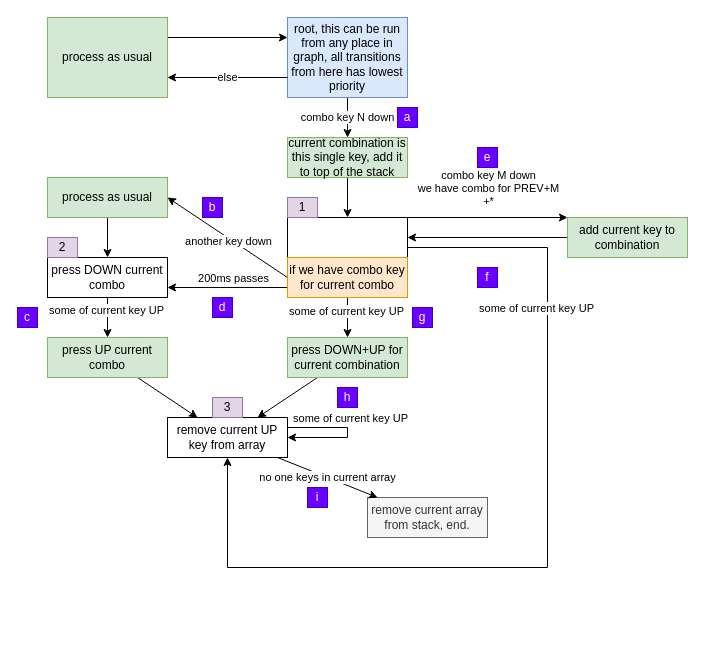
Before: Untitled Diagram.drawio in optozorax/moonlander, a draw.io diagram. Source tidied: cells renumbered, new cells numbered last; positions are measured from the earlier drawing's top-left corner, leaving out a move shared by most shapes. Both pictures are drawn from the tidied source at 100%, with x=0, y=0 at pixel (17, 17).
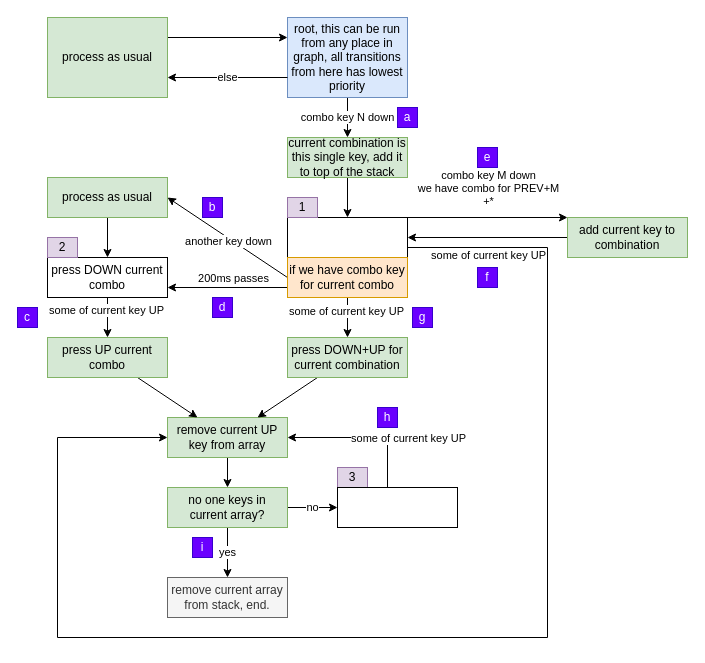
The same page after the edit.

Commit message:
update diagram to current program

The change refers to these unchanged cells:
```xml
<mxCell id="7" style="rounded=0;whiteSpace=wrap;html=1;" parent="1" vertex="1">
  <mxGeometry x="270" y="200" width="120" height="40" as="geometry" />
</mxCell>
```

Change to the diagram source:
```diff
@@
     <mxCell id="4" value="remove current array from stack, end." style="rounded=0;whiteSpace=wrap;html=1;fillColor=#f5f5f5;strokeColor=#666666;fontColor=#333333;" parent="1" vertex="1">
-      <mxGeometry x="350" y="480" width="120" height="40" as="geometry" />
+      <mxGeometry x="150" y="560" width="120" height="40" as="geometry" />
     </mxCell>
     <mxCell id="5" style="edgeStyle=orthogonalEdgeStyle;rounded=0;jettySize=auto;html=1;" parent="1" edge="1" source="7" target="10">
       <mxGeometry relative="1" as="geometry">
         <Array as="points">
           <mxPoint x="530" y="230" />
-          <mxPoint x="530" y="550" />
-          <mxPoint x="210" y="550" />
+          <mxPoint x="530" y="620" />
+          <mxPoint x="40" y="620" />
+          <mxPoint x="40" y="420" />
         </Array>
       </mxGeometry>
     </mxCell>
     <mxCell id="6" value="some of current key UP" style="edgeLabel;html=1;align=center;verticalAlign=middle;" parent="5" vertex="1">
       <mxGeometry x="-0.69" y="-50" relative="1" as="geometry">
-        <mxPoint x="-10" y="10" as="offset" />
+        <mxPoint x="-10" y="-59" as="offset" />
       </mxGeometry>
     </mxCell>
@@
-    <mxCell id="8" style="edgeStyle=orthogonalEdgeStyle;rounded=0;orthogonalLoop=1;jettySize=auto;html=1;entryX=1;entryY=0.5;entryDx=0;entryDy=0;exitX=1;exitY=0.25;exitDx=0;exitDy=0;" parent="1" edge="1" source="10" target="10">
+    <mxCell id="8" style="edgeStyle=orthogonalEdgeStyle;rounded=0;jettySize=auto;html=1;entryX=1;entryY=0.5;entryDx=0;entryDy=0;" parent="1" edge="1" source="50" target="10">
       <mxGeometry relative="1" as="geometry">
         <Array as="points">
-          <mxPoint x="330" y="410" />
-          <mxPoint x="330" y="420" />
+          <mxPoint x="370" y="420" />
         </Array>
       </mxGeometry>
     </mxCell>
     <mxCell id="9" value="some of current key UP" style="edgeLabel;html=1;align=center;verticalAlign=middle;" parent="8" vertex="1">
       <mxGeometry x="-0.47" y="-3" relative="1" as="geometry">
-        <mxPoint x="28" y="-13" as="offset" />
+        <mxPoint x="17" y="-10" as="offset" />
       </mxGeometry>
     </mxCell>
+    <mxCell id="49" style="edgeStyle=none;rounded=0;jettySize=auto;html=1;" parent="1" edge="1" source="10" target="53">
+      <mxGeometry relative="1" as="geometry" />
+    </mxCell>
-    <mxCell id="10" value="remove current UP key from array" style="rounded=0;whiteSpace=wrap;html=1;" parent="1" vertex="1">
+    <mxCell id="10" value="remove current UP key from array" style="rounded=0;whiteSpace=wrap;html=1;fillColor=#d5e8d4;strokeColor=#82b366;" parent="1" vertex="1">
       <mxGeometry x="150" y="400" width="120" height="40" as="geometry" />
     </mxCell>
-    <mxCell id="11" value="no one keys in current array" style="edgeStyle=none;rounded=0;jettySize=auto;html=1;" parent="1" edge="1" source="10" target="4">
-      <mxGeometry relative="1" as="geometry" />
-    </mxCell>
@@
     <mxCell id="38" value="3" style="rounded=0;whiteSpace=wrap;html=1;fillColor=#e1d5e7;strokeColor=#9673a6;" parent="1" vertex="1">
-      <mxGeometry x="195" y="380" width="30" height="20" as="geometry" />
+      <mxGeometry x="320" y="450" width="30" height="20" as="geometry" />
     </mxCell>
@@
     <mxCell id="47" value="h" style="rounded=0;whiteSpace=wrap;html=1;fillColor=#6a00ff;strokeColor=#3700CC;fontColor=#ffffff;" parent="1" vertex="1">
-      <mxGeometry x="320" y="370" width="20" height="20" as="geometry" />
+      <mxGeometry x="360" y="390" width="20" height="20" as="geometry" />
     </mxCell>
     <mxCell id="48" value="i" style="rounded=0;whiteSpace=wrap;html=1;fillColor=#6a00ff;strokeColor=#3700CC;fontColor=#ffffff;" parent="1" vertex="1">
-      <mxGeometry x="290" y="470" width="20" height="20" as="geometry" />
+      <mxGeometry x="175" y="520" width="20" height="20" as="geometry" />
     </mxCell>
+    <mxCell id="50" style="rounded=0;whiteSpace=wrap;html=1;" parent="1" vertex="1">
+      <mxGeometry x="320" y="470" width="120" height="40" as="geometry" />
+    </mxCell>
+    <mxCell id="51" value="yes" style="rounded=0;jettySize=auto;html=1;" parent="1" edge="1" source="53" target="4">
+      <mxGeometry relative="1" as="geometry" />
+    </mxCell>
+    <mxCell id="52" value="no" style="edgeStyle=none;rounded=0;jettySize=auto;html=1;" parent="1" edge="1" source="53" target="50">
+      <mxGeometry relative="1" as="geometry" />
+    </mxCell>
+    <mxCell id="53" value="no one keys in current array?" style="rounded=0;whiteSpace=wrap;html=1;fillColor=#d5e8d4;strokeColor=#82b366;" parent="1" vertex="1">
+      <mxGeometry x="150" y="470" width="120" height="40" as="geometry" />
+    </mxCell>
```
